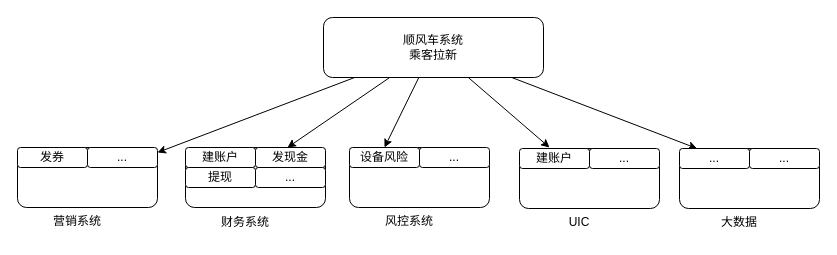
Above: page "乘客拉新活动系统交互图2.12" (16 of 16) of Untitled Diagram.drawio in liufuchen88/test2 (draw.io), before the change. Source tidied: cells renumbered, new cells numbered last; positions are measured from the earlier drawing's top-left corner, leaving out a move shared by most shapes. Both pictures are drawn from the tidied source at 100%, with x=0, y=0 at pixel (17, 17).
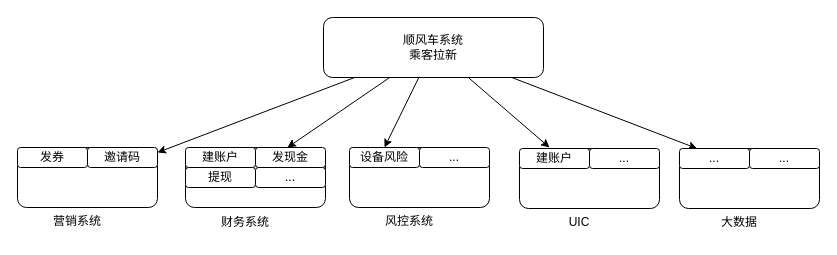
The same page after the edit.

Change to the diagram source:
```diff
@@
-    <mxCell id="11" value="..." style="rounded=1;whiteSpace=wrap;html=1;" parent="1" vertex="1">
+    <mxCell id="11" value="邀请码" style="rounded=1;whiteSpace=wrap;html=1;" parent="1" vertex="1">
       <mxGeometry x="70" y="130" width="70" height="20" as="geometry" />
     </mxCell>
```
